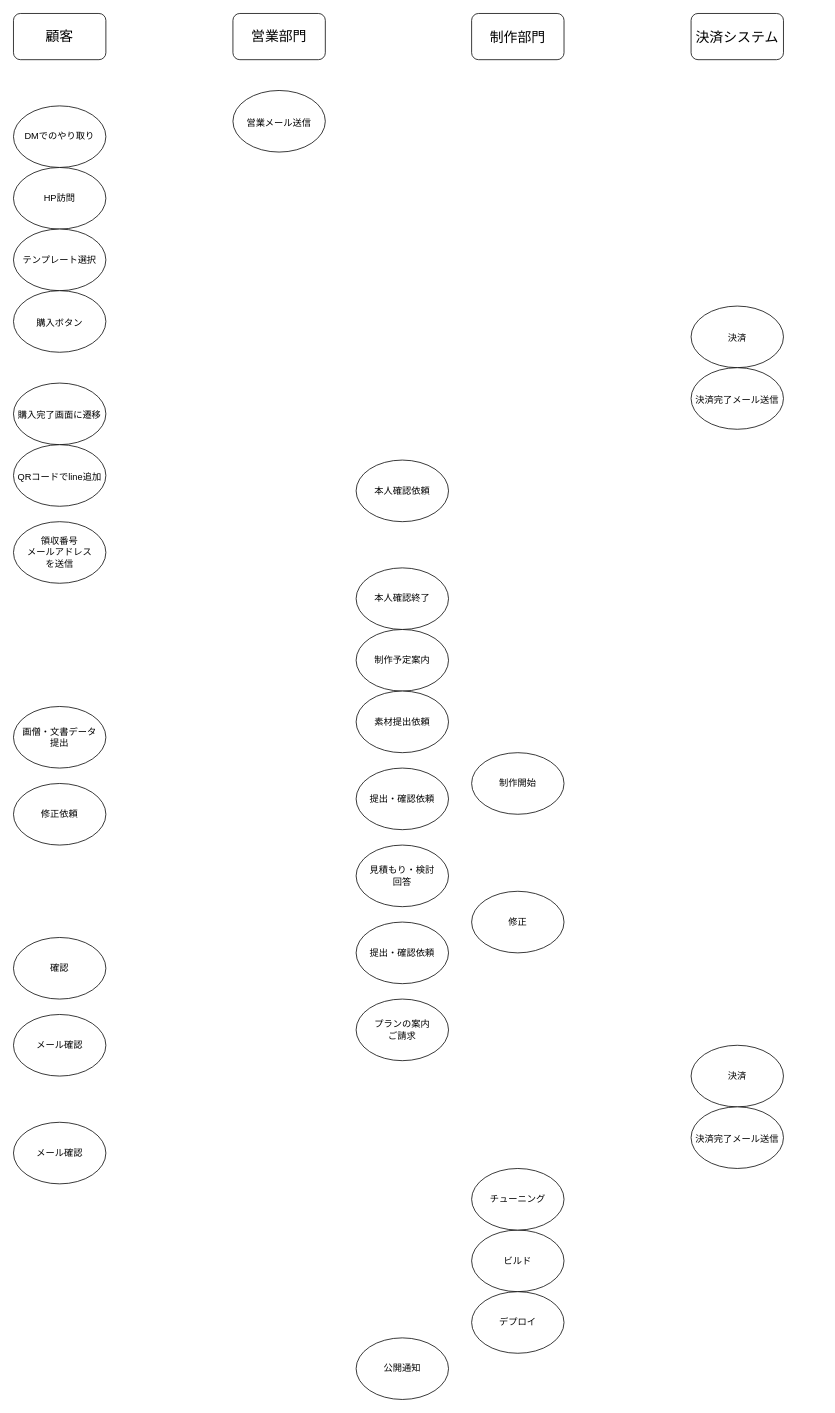
Above: 詳細フローチャート.drawio in denkineko-v8/Tip-Of-the-Tongue (draw.io), before the change. Source tidied: cells renumbered, new cells numbered last; positions are measured from the earlier drawing's top-left corner, leaving out a move shared by most shapes. Both pictures are drawn from the tidied source at 77%, with x=0, y=0 at pixel (13, 13).
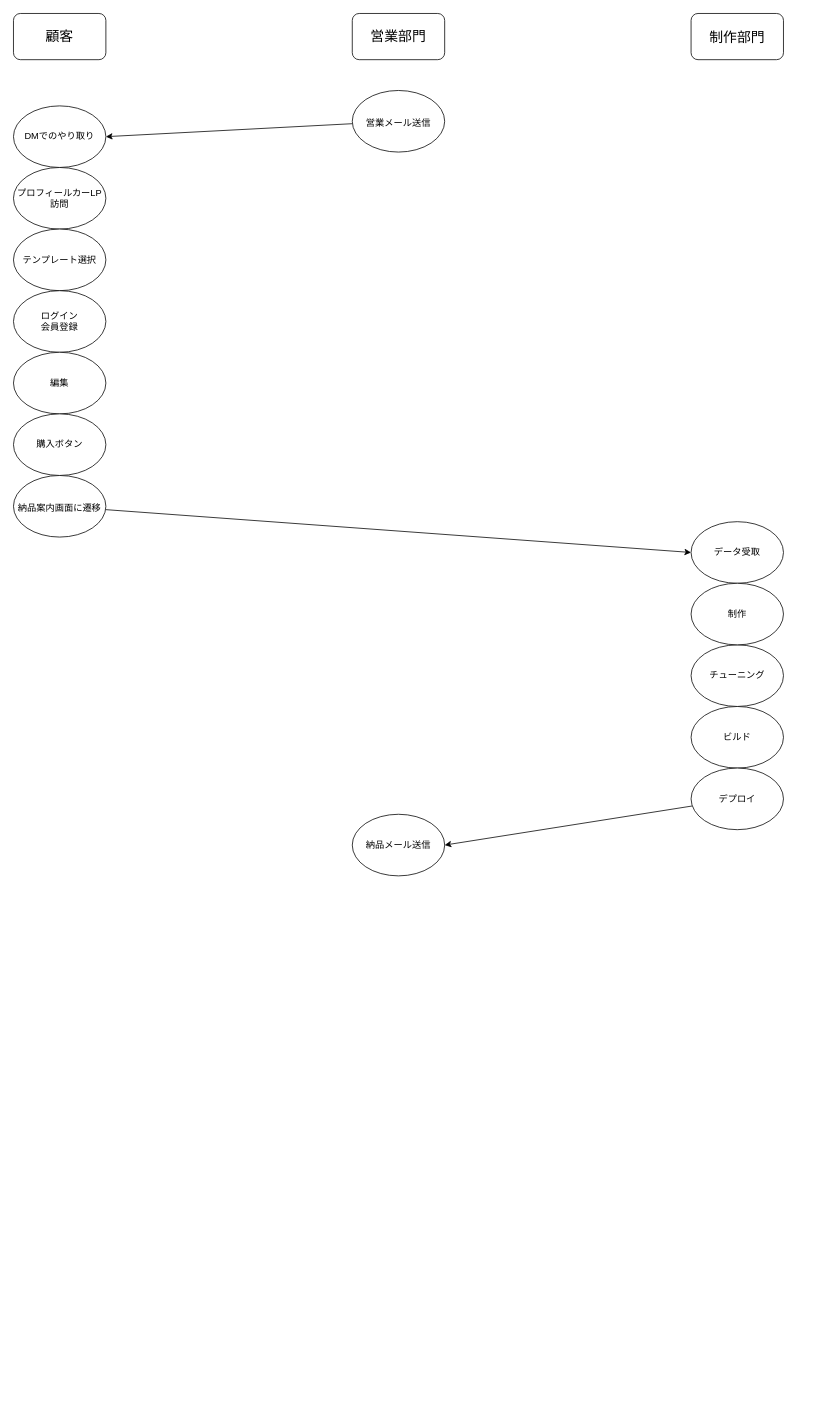
The same page after the edit.

Commit message:
詳細フローチャート.drawio を更新します

Unchanged cells that the change refers to:
```xml
<mxCell id="10" value="&lt;font style=&quot;font-size: 12px;&quot;&gt;DMでのやり取り&lt;/font&gt;" style="ellipse;whiteSpace=wrap;html=1;fontSize=12;" parent="1" vertex="1">
  <mxGeometry y="120" width="120" height="80" as="geometry" />
</mxCell>
```

What changed in the source:
```diff
@@
     <mxCell id="3" style="rounded=1;whiteSpace=wrap;html=1;fontSize=20;" parent="1" vertex="1">
-      <mxGeometry x="285" width="120" height="60" as="geometry" />
+      <mxGeometry x="440" width="120" height="60" as="geometry" />
     </mxCell>
-    <mxCell id="4" style="rounded=1;whiteSpace=wrap;html=1;fontSize=20;" parent="1" vertex="1">
-      <mxGeometry x="880" width="120" height="60" as="geometry" />
-    </mxCell>
     <mxCell id="5" style="rounded=1;whiteSpace=wrap;html=1;fontSize=20;" parent="1" vertex="1">
-      <mxGeometry x="595" width="120" height="60" as="geometry" />
+      <mxGeometry x="880" width="120" height="60" as="geometry" />
     </mxCell>
@@
     <mxCell id="7" value="&lt;span style=&quot;font-size: 18px;&quot;&gt;制作部門&lt;/span&gt;" style="text;html=1;strokeColor=none;fillColor=none;align=center;verticalAlign=middle;whiteSpace=wrap;rounded=0;fontSize=18;" parent="1" vertex="1">
-      <mxGeometry x="580" y="30" width="150" as="geometry" />
+      <mxGeometry x="865" y="30" width="150" as="geometry" />
     </mxCell>
-    <mxCell id="8" value="&lt;span style=&quot;font-size: 18px;&quot;&gt;決済システム&lt;/span&gt;" style="text;html=1;strokeColor=none;fillColor=none;align=center;verticalAlign=middle;whiteSpace=wrap;rounded=0;fontSize=18;" parent="1" vertex="1">
-      <mxGeometry x="830" y="30" width="220" as="geometry" />
-    </mxCell>
     <mxCell id="9" value="&lt;span style=&quot;font-size: 18px;&quot;&gt;営業部門&lt;br style=&quot;font-size: 18px;&quot;&gt;&lt;/span&gt;" style="text;html=1;strokeColor=none;fillColor=none;align=center;verticalAlign=middle;whiteSpace=wrap;rounded=0;fontSize=18;" parent="1" vertex="1">
-      <mxGeometry x="270" y="10" width="150" height="40" as="geometry" />
+      <mxGeometry x="425" y="10" width="150" height="40" as="geometry" />
     </mxCell>
@@
+    <mxCell id="41" style="edgeStyle=none;rounded=0;jettySize=auto;html=1;entryX=1;entryY=0.5;entryDx=0;entryDy=0;" parent="1" edge="1" source="11" target="10">
+      <mxGeometry relative="1" as="geometry" />
+    </mxCell>
     <mxCell id="11" value="&lt;font style=&quot;font-size: 12px&quot;&gt;営業メール送信&lt;/font&gt;" style="ellipse;whiteSpace=wrap;html=1;fontSize=18;" parent="1" vertex="1">
-      <mxGeometry x="285" y="100" width="120" height="80" as="geometry" />
+      <mxGeometry x="440" y="100" width="120" height="80" as="geometry" />
     </mxCell>
-    <mxCell id="12" value="HP訪問" style="ellipse;whiteSpace=wrap;html=1;fontSize=12;" parent="1" vertex="1">
+    <mxCell id="12" value="プロフィールカーLP&lt;br&gt;訪問" style="ellipse;whiteSpace=wrap;html=1;fontSize=12;" parent="1" vertex="1">
       <mxGeometry y="200" width="120" height="80" as="geometry" />
     </mxCell>
@@
-    <mxCell id="14" value="&lt;font style=&quot;font-size: 12px&quot;&gt;購入ボタン&lt;/font&gt;" style="ellipse;whiteSpace=wrap;html=1;fontSize=18;" parent="1" vertex="1">
-      <mxGeometry y="360" width="120" height="80" as="geometry" />
-    </mxCell>
-    <mxCell id="15" value="&lt;span style=&quot;font-size: 12px&quot;&gt;決済&lt;br&gt;&lt;/span&gt;" style="ellipse;whiteSpace=wrap;html=1;fontSize=18;" parent="1" vertex="1">
-      <mxGeometry x="880" y="380" width="120" height="80" as="geometry" />
-    </mxCell>
-    <mxCell id="16" value="&lt;span style=&quot;font-size: 12px&quot;&gt;決済完了メール送信&lt;br&gt;&lt;/span&gt;" style="ellipse;whiteSpace=wrap;html=1;fontSize=18;" parent="1" vertex="1">
-      <mxGeometry x="880" y="460" width="120" height="80" as="geometry" />
-    </mxCell>
+    <mxCell id="42" style="edgeStyle=none;rounded=0;jettySize=auto;html=1;entryX=0;entryY=0.5;entryDx=0;entryDy=0;" parent="1" edge="1" source="17" target="46">
+      <mxGeometry relative="1" as="geometry" />
+    </mxCell>
-    <mxCell id="17" value="&lt;span style=&quot;font-size: 12px&quot;&gt;購入完了画面に遷移&lt;br&gt;&lt;/span&gt;" style="ellipse;whiteSpace=wrap;html=1;fontSize=18;" parent="1" vertex="1">
-      <mxGeometry y="480" width="120" height="80" as="geometry" />
+    <mxCell id="17" value="&lt;span style=&quot;font-size: 12px&quot;&gt;納品案内画面に遷移&lt;br&gt;&lt;/span&gt;" style="ellipse;whiteSpace=wrap;html=1;fontSize=18;" parent="1" vertex="1">
+      <mxGeometry y="600" width="120" height="80" as="geometry" />
     </mxCell>
-    <mxCell id="18" value="&lt;span style=&quot;font-size: 12px&quot;&gt;QRコードでline追加&lt;br&gt;&lt;/span&gt;" style="ellipse;whiteSpace=wrap;html=1;fontSize=18;" parent="1" vertex="1">
-      <mxGeometry y="560" width="120" height="80" as="geometry" />
-    </mxCell>
-    <mxCell id="19" value="&lt;font style=&quot;font-size: 12px&quot;&gt;領収番号&lt;br style=&quot;font-size: 12px&quot;&gt;メールアドレス&lt;br&gt;を送信&lt;br style=&quot;font-size: 12px&quot;&gt;&lt;/font&gt;" style="ellipse;whiteSpace=wrap;html=1;fontSize=12;" parent="1" vertex="1">
-      <mxGeometry y="660" width="120" height="80" as="geometry" />
-    </mxCell>
-    <mxCell id="20" value="本人確認依頼" style="ellipse;whiteSpace=wrap;html=1;fontSize=12;" parent="1" vertex="1">
-      <mxGeometry x="445" y="580" width="120" height="80" as="geometry" />
-    </mxCell>
-    <mxCell id="21" value="本人確認終了" style="ellipse;whiteSpace=wrap;html=1;fontSize=12;" parent="1" vertex="1">
-      <mxGeometry x="445" y="720" width="120" height="80" as="geometry" />
-    </mxCell>
-    <mxCell id="22" value="画僧・文書データ&lt;br&gt;提出" style="ellipse;whiteSpace=wrap;html=1;fontSize=12;" parent="1" vertex="1">
-      <mxGeometry y="900" width="120" height="80" as="geometry" />
-    </mxCell>
-    <mxCell id="23" value="制作予定案内" style="ellipse;whiteSpace=wrap;html=1;fontSize=12;" parent="1" vertex="1">
-      <mxGeometry x="445" y="800" width="120" height="80" as="geometry" />
-    </mxCell>
-    <mxCell id="24" value="素材提出依頼" style="ellipse;whiteSpace=wrap;html=1;fontSize=12;" parent="1" vertex="1">
-      <mxGeometry x="445" y="880" width="120" height="80" as="geometry" />
-    </mxCell>
-    <mxCell id="25" value="制作開始" style="ellipse;whiteSpace=wrap;html=1;fontSize=12;" parent="1" vertex="1">
-      <mxGeometry x="595" y="960" width="120" height="80" as="geometry" />
-    </mxCell>
-    <mxCell id="26" value="提出・確認依頼" style="ellipse;whiteSpace=wrap;html=1;fontSize=12;" parent="1" vertex="1">
-      <mxGeometry x="445" y="980" width="120" height="80" as="geometry" />
-    </mxCell>
-    <mxCell id="27" value="修正依頼" style="ellipse;whiteSpace=wrap;html=1;fontSize=12;" parent="1" vertex="1">
-      <mxGeometry y="1000" width="120" height="80" as="geometry" />
-    </mxCell>
-    <mxCell id="28" value="見積もり・検討&lt;br&gt;回答" style="ellipse;whiteSpace=wrap;html=1;fontSize=12;" parent="1" vertex="1">
-      <mxGeometry x="445" y="1080" width="120" height="80" as="geometry" />
-    </mxCell>
-    <mxCell id="29" value="確認" style="ellipse;whiteSpace=wrap;html=1;fontSize=12;" parent="1" vertex="1">
-      <mxGeometry y="1200" width="120" height="80" as="geometry" />
-    </mxCell>
-    <mxCell id="30" value="修正" style="ellipse;whiteSpace=wrap;html=1;fontSize=12;" parent="1" vertex="1">
-      <mxGeometry x="595" y="1140" width="120" height="80" as="geometry" />
-    </mxCell>
-    <mxCell id="31" value="提出・確認依頼" style="ellipse;whiteSpace=wrap;html=1;fontSize=12;" parent="1" vertex="1">
-      <mxGeometry x="445" y="1180" width="120" height="80" as="geometry" />
-    </mxCell>
-    <mxCell id="32" value="プランの案内&lt;br&gt;ご請求" style="ellipse;whiteSpace=wrap;html=1;fontSize=12;" parent="1" vertex="1">
-      <mxGeometry x="445" y="1280" width="120" height="80" as="geometry" />
-    </mxCell>
-    <mxCell id="33" value="メール確認" style="ellipse;whiteSpace=wrap;html=1;fontSize=12;" parent="1" vertex="1">
-      <mxGeometry y="1300" width="120" height="80" as="geometry" />
-    </mxCell>
-    <mxCell id="34" value="決済" style="ellipse;whiteSpace=wrap;html=1;fontSize=12;" parent="1" vertex="1">
-      <mxGeometry x="880" y="1340" width="120" height="80" as="geometry" />
-    </mxCell>
-    <mxCell id="35" value="メール確認" style="ellipse;whiteSpace=wrap;html=1;fontSize=12;" parent="1" vertex="1">
-      <mxGeometry y="1440" width="120" height="80" as="geometry" />
-    </mxCell>
-    <mxCell id="36" value="&lt;span style=&quot;font-size: 12px&quot;&gt;決済完了メール送信&lt;br&gt;&lt;/span&gt;" style="ellipse;whiteSpace=wrap;html=1;fontSize=18;" parent="1" vertex="1">
-      <mxGeometry x="880" y="1420" width="120" height="80" as="geometry" />
-    </mxCell>
     <mxCell id="37" value="ビルド" style="ellipse;whiteSpace=wrap;html=1;fontSize=12;" parent="1" vertex="1">
-      <mxGeometry x="595" y="1580" width="120" height="80" as="geometry" />
+      <mxGeometry x="880" y="900" width="120" height="80" as="geometry" />
     </mxCell>
+    <mxCell id="43" style="edgeStyle=none;rounded=0;jettySize=auto;html=1;entryX=1;entryY=0.5;entryDx=0;entryDy=0;" parent="1" edge="1" source="38" target="48">
+      <mxGeometry relative="1" as="geometry" />
+    </mxCell>
     <mxCell id="38" value="デプロイ" style="ellipse;whiteSpace=wrap;html=1;fontSize=12;" parent="1" vertex="1">
-      <mxGeometry x="595" y="1660" width="120" height="80" as="geometry" />
+      <mxGeometry x="880" y="980" width="120" height="80" as="geometry" />
     </mxCell>
     <mxCell id="39" value="チューニング" style="ellipse;whiteSpace=wrap;html=1;fontSize=12;" parent="1" vertex="1">
-      <mxGeometry x="595" y="1500" width="120" height="80" as="geometry" />
+      <mxGeometry x="880" y="820" width="120" height="80" as="geometry" />
     </mxCell>
-    <mxCell id="40" value="公開通知" style="ellipse;whiteSpace=wrap;html=1;fontSize=12;" parent="1" vertex="1">
-      <mxGeometry x="445" y="1720" width="120" height="80" as="geometry" />
-    </mxCell>
+    <mxCell id="44" value="ログイン&lt;br&gt;会員登録" style="ellipse;whiteSpace=wrap;html=1;fontSize=12;" parent="1" vertex="1">
+      <mxGeometry y="360" width="120" height="80" as="geometry" />
+    </mxCell>
+    <mxCell id="45" value="編集" style="ellipse;whiteSpace=wrap;html=1;fontSize=12;" parent="1" vertex="1">
+      <mxGeometry y="440" width="120" height="80" as="geometry" />
+    </mxCell>
+    <mxCell id="14" value="購入ボタン" style="ellipse;whiteSpace=wrap;html=1;fontSize=12;" parent="1" vertex="1">
+      <mxGeometry y="520" width="120" height="80" as="geometry" />
+    </mxCell>
+    <mxCell id="46" value="データ受取" style="ellipse;whiteSpace=wrap;html=1;fontSize=12;" parent="1" vertex="1">
+      <mxGeometry x="880" y="660" width="120" height="80" as="geometry" />
+    </mxCell>
+    <mxCell id="47" value="制作" style="ellipse;whiteSpace=wrap;html=1;fontSize=12;" parent="1" vertex="1">
+      <mxGeometry x="880" y="740" width="120" height="80" as="geometry" />
+    </mxCell>
+    <mxCell id="48" value="納品メール送信" style="ellipse;whiteSpace=wrap;html=1;fontSize=12;" parent="1" vertex="1">
+      <mxGeometry x="440" y="1040" width="120" height="80" as="geometry" />
+    </mxCell>
```
